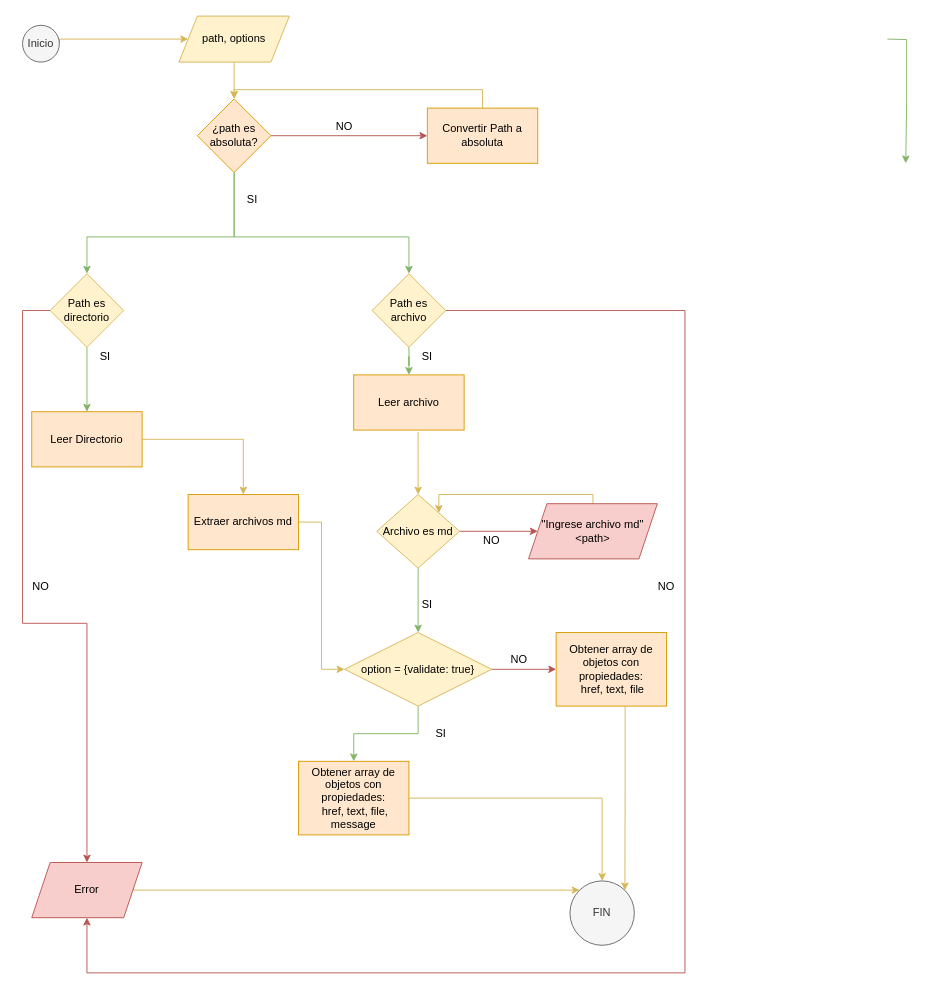
SharonHQ/LIM013-fe-md-links keeps this draw.io diagram as Untitled Diagram.drawio. Above is the earlier version. Source tidied: cells renumbered, new cells numbered last; positions are measured from the earlier drawing's top-left corner, leaving out a move shared by most shapes. Both pictures are drawn from the tidied source at 92%, with x=0, y=0 at pixel (22, 16).
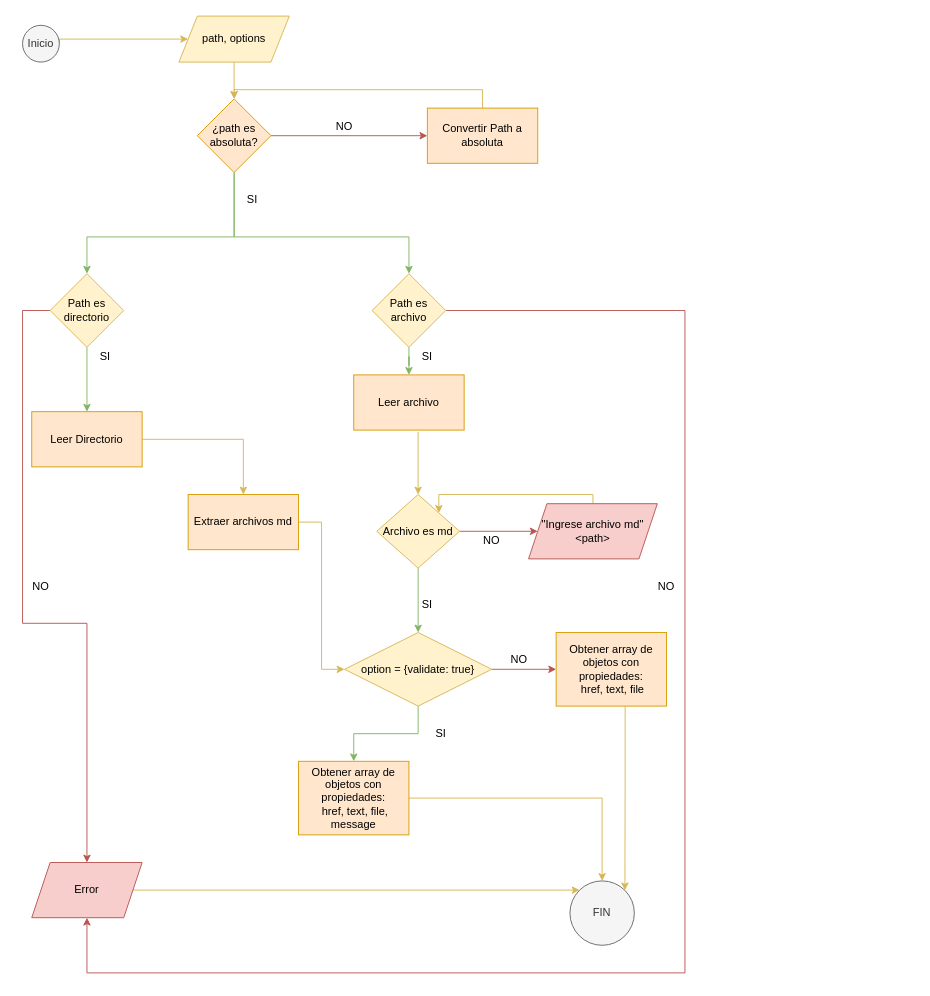
After the change.

The edit, as a diff of the source:
```diff
@@
-    <mxCell id="42" style="edgeStyle=orthogonalEdgeStyle;rounded=0;orthogonalLoop=1;jettySize=auto;html=1;fillColor=#d5e8d4;strokeColor=#82b366;exitX=1;exitY=0.5;exitDx=0;exitDy=0;" parent="1" edge="1">
-      <mxGeometry relative="1" as="geometry">
-        <mxPoint x="940" y="25" as="sourcePoint" />
-        <mxPoint x="960" y="160" as="targetPoint" />
-      </mxGeometry>
-    </mxCell>
```
